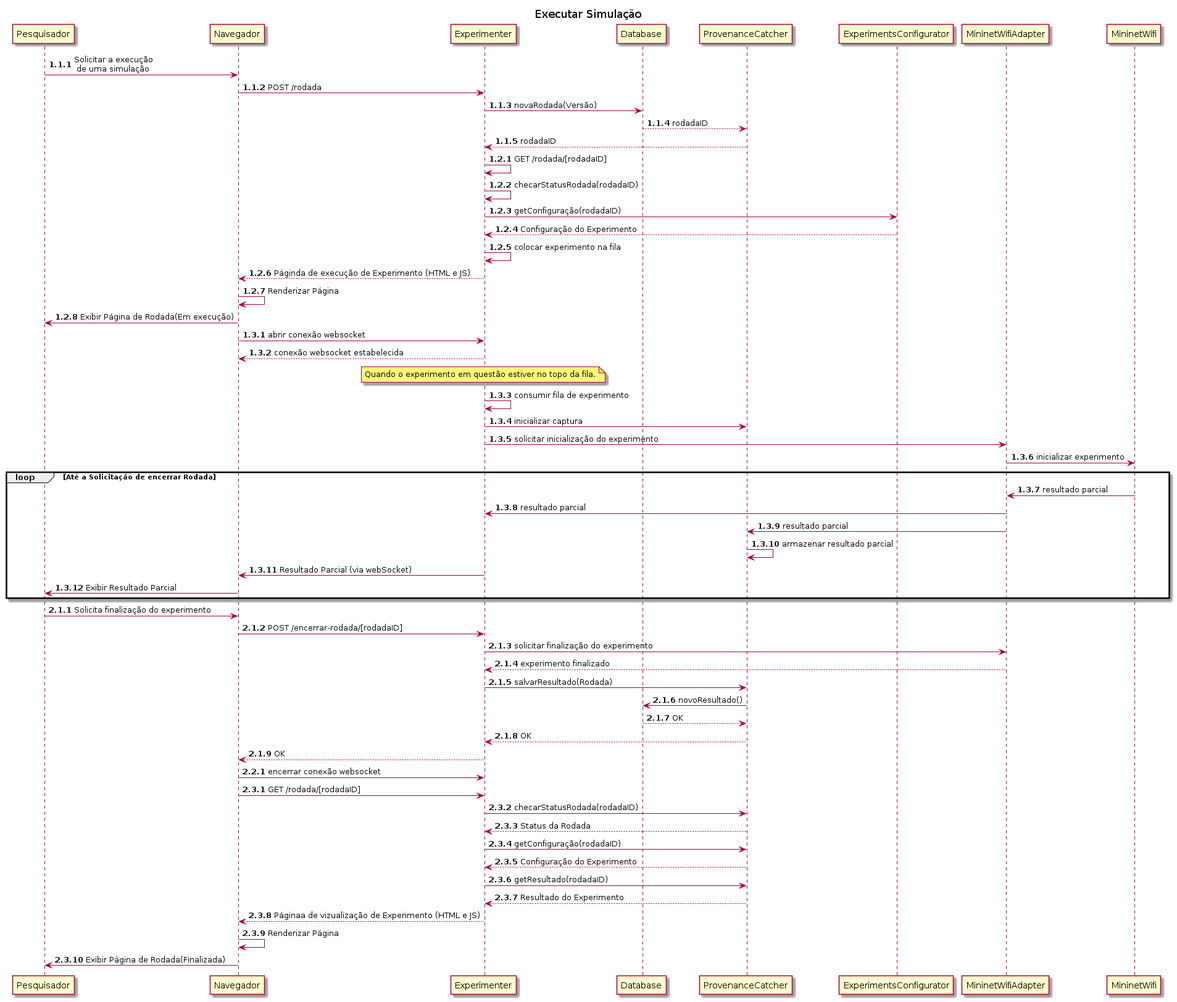
Earlier version of the PlantUML export docs/diagrams/out/sequenceDiagram/Diagrama de Sequência.png (renanrodriguesmr/MiniManager).
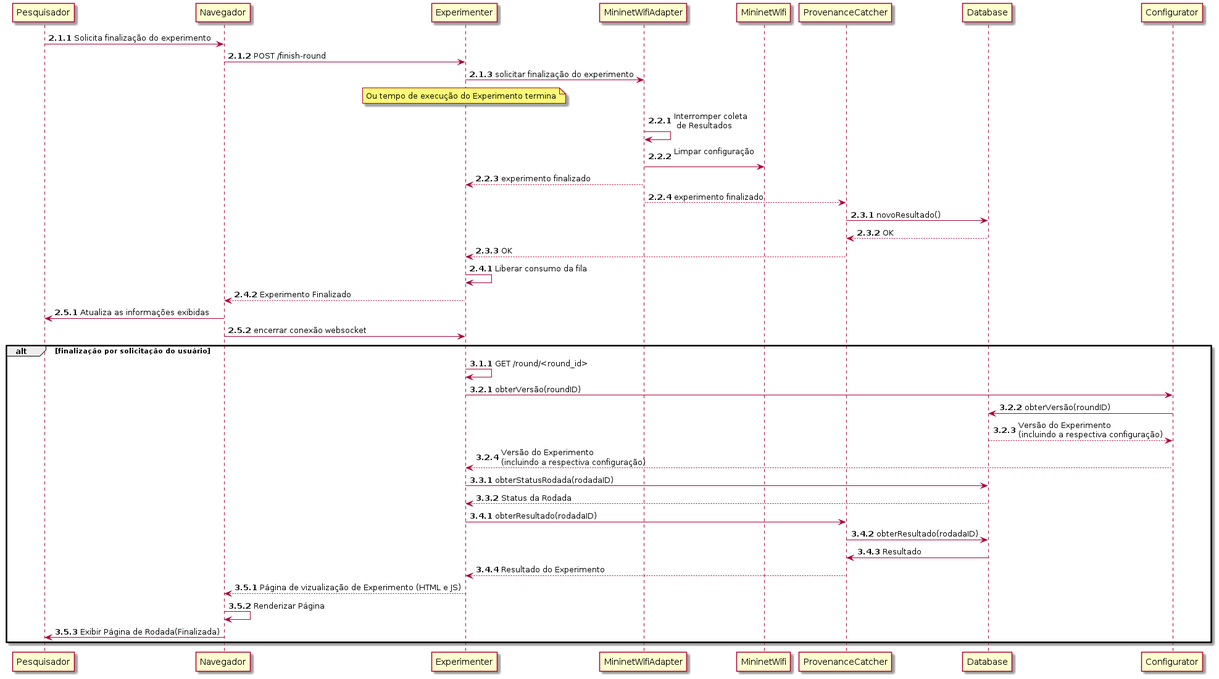
The same file after the commit.

Diff of the diagram source:
```diff
@@ -1,67 +1,50 @@
 @startuml Diagrama de Sequência
-title Executar Simulação
 autonumber 1.1.1
-
-Pesquisador -> Navegador: Solicitar a execução\n de uma simulação
-Navegador -> Experimenter: POST /rodada
-Experimenter -> Database: novaRodada(Versão)
-Database --> ProvenanceCatcher: rodadaID
-ProvenanceCatcher --> Experimenter: rodadaID
-
-autonumber inc B
-Experimenter -> Experimenter: GET /rodada/[rodadaID]
-Experimenter -> Experimenter: checarStatusRodada(rodadaID)
-Experimenter -> ExperimentsConfigurator: getConfiguração(rodadaID)
-ExperimentsConfigurator --> Experimenter: Configuração do Experimento
-Experimenter -> Experimenter: colocar experimento na fila
-Experimenter --> Navegador: Páginda de execução de Experimento (HTML e JS)
-Navegador -> Navegador: Renderizar Página
-Navegador -> Pesquisador: Exibir Página de Rodada(Em execução)
-
-autonumber inc B
-Navegador -> Experimenter: abrir conexão websocket
-Experimenter --> Navegador: conexão websocket estabelecida
-note over Experimenter: Quando o experimento em questão estiver no topo da fila.
-Experimenter -> Experimenter: consumir fila de experimento
-Experimenter -> ProvenanceCatcher: inicializar captura
-Experimenter -> MininetWifiAdapter: solicitar inicialização do experimento
-MininetWifiAdapter -> MininetWifi: inicializar experimento
-loop Até a Solicitação de encerrar Rodada
-    MininetWifi -> MininetWifiAdapter: resultado parcial
-    MininetWifiAdapter -> Experimenter: resultado parcial
-    MininetWifiAdapter -> ProvenanceCatcher: resultado parcial
-    ProvenanceCatcher -> ProvenanceCatcher: armazenar resultado parcial
-    Experimenter -> Navegador: Resultado Parcial (via webSocket)
-    Navegador -> Pesquisador: Exibir Resultado Parcial
-end
 
 autonumber inc A
 Pesquisador -> Navegador: Solicita finalização do experimento
-Navegador -> Experimenter: POST /encerrar-rodada/[rodadaID]
+Navegador -> Experimenter: POST /finish-round
 Experimenter -> MininetWifiAdapter: solicitar finalização do experimento
+note over Experimenter: Ou tempo de execução do Experimento termina
+autonumber inc B
+MininetWifiAdapter -> MininetWifiAdapter: Interromper coleta\n de Resultados
+MininetWifiAdapter -> MininetWifi: Limpar configuração\n
 MininetWifiAdapter --> Experimenter: experimento finalizado
-Experimenter -> ProvenanceCatcher: salvarResultado(Rodada)
+MininetWifiAdapter --> ProvenanceCatcher: experimento finalizado
+autonumber inc B
 ProvenanceCatcher -> Database: novoResultado()
 Database --> ProvenanceCatcher: OK
 ProvenanceCatcher --> Experimenter: OK
-Experimenter --> Navegador: OK
-
 autonumber inc B
+Experimenter -> Experimenter: Liberar consumo da fila
+Experimenter --> Navegador: Experimento Finalizado
+autonumber inc B
+Navegador -> Pesquisador: Atualiza as informações exibidas
 Navegador -> Experimenter: encerrar conexão websocket
-
-autonumber inc B
-Navegador -> Experimenter: GET /rodada/[rodadaID]
-Experimenter -> ProvenanceCatcher: checarStatusRodada(rodadaID)
-ProvenanceCatcher --> Experimenter: Status da Rodada
-Experimenter -> ProvenanceCatcher: getConfiguração(rodadaID)
-ProvenanceCatcher --> Experimenter: Configuração do Experimento
-Experimenter -> ProvenanceCatcher: getResultado(rodadaID)
-ProvenanceCatcher --> Experimenter: Resultado do Experimento
-Experimenter --> Navegador: Páginaa de vizualização de Experimento (HTML e JS)
-Navegador -> Navegador: Renderizar Página
-Navegador -> Pesquisador: Exibir Página de Rodada(Finalizada)
 
 
 
+autonumber inc A
+alt finalização por solicitação do usuário
+    Experimenter -> Experimenter: GET /round/<round_id>
+    autonumber inc B
+    Experimenter -> Configurator: obterVersão(roundID)
+    Configurator -> Database: obterVersão(roundID)
+    Database --> Configurator:  Versão do Experimento\n(incluindo a respectiva configuração)
+    Configurator --> Experimenter: Versão do Experimento\n(incluindo a respectiva configuração)
+    autonumber inc B
+    Experimenter -> Database: obterStatusRodada(rodadaID)
+    Database --> Experimenter: Status da Rodada
+    autonumber inc B
+    Experimenter -> ProvenanceCatcher: obterResultado(rodadaID)
+    ProvenanceCatcher -> Database: obterResultado(rodadaID)
+    Database -> ProvenanceCatcher: Resultado
+    ProvenanceCatcher --> Experimenter: Resultado do Experimento
+    autonumber inc B
+    Experimenter --> Navegador: Página de vizualização de Experimento (HTML e JS)
+    Navegador -> Navegador: Renderizar Página
+    Navegador -> Pesquisador: Exibir Página de Rodada(Finalizada)
+end
+
 
 @enduml
```
